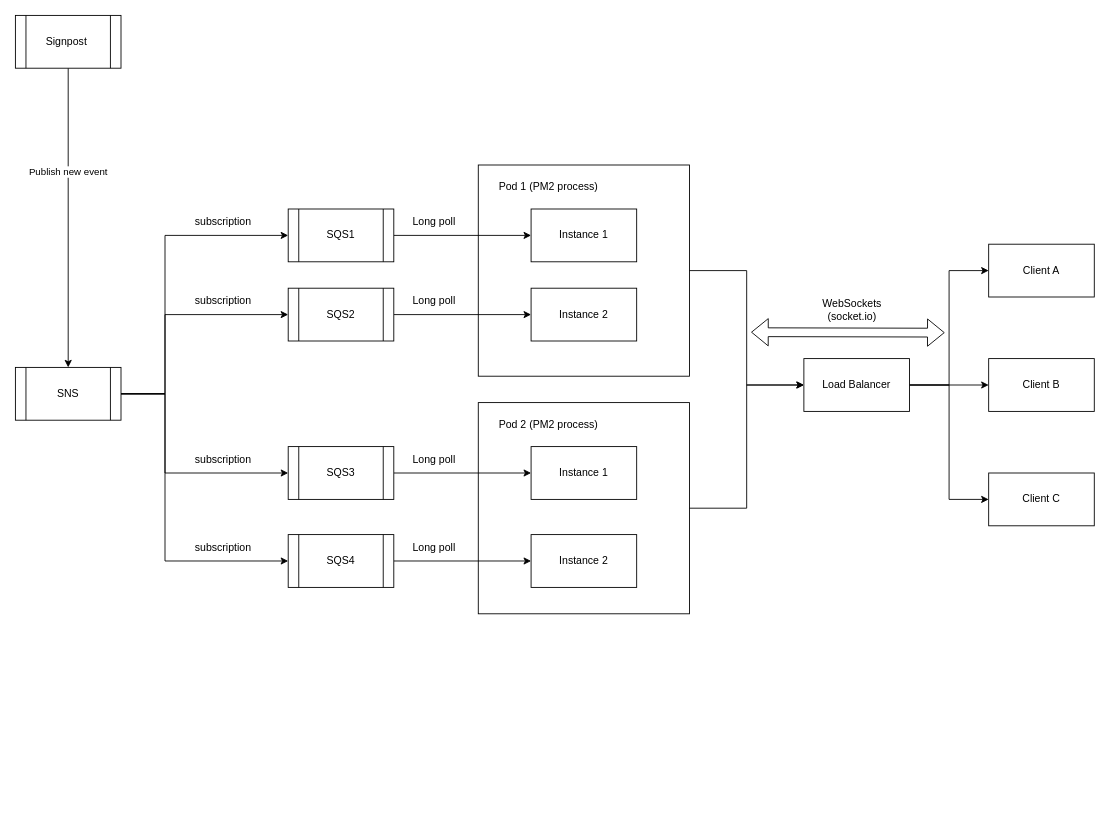
Earlier version of the draw.io diagram page "AWS SQS" (1 of 5) of hppd-Inbox.drawio (half-6/workflow). Source tidied: cells renumbered, new cells numbered last; positions are measured from the earlier drawing's top-left corner, leaving out a move shared by most shapes. Both pictures are drawn from the tidied source at 88%, with x=0, y=0 at pixel (15, 15).
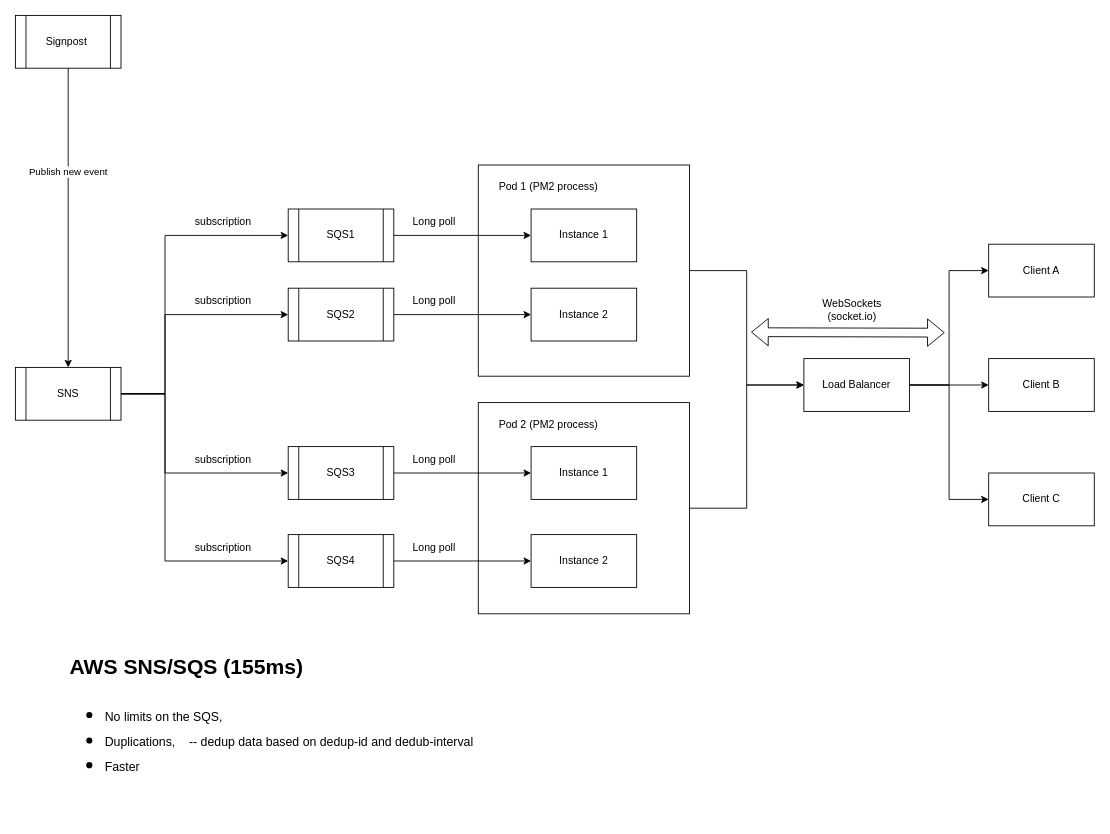
Above is the later version.

Change to the diagram source:
```diff
@@
+    <mxCell id="47" value="&lt;h1 style=&quot;margin-top: 0px;&quot;&gt;&lt;span style=&quot;background-color: initial;&quot;&gt;AWS SNS/SQS (155ms)&lt;/span&gt;&lt;/h1&gt;&lt;h1 style=&quot;margin-top: 0px;&quot;&gt;&lt;ul&gt;&lt;li&gt;&lt;span style=&quot;font-weight: 400; background-color: initial;&quot;&gt;&lt;font style=&quot;font-size: 14px;&quot;&gt;No limits on the SQS,&amp;nbsp;&lt;/font&gt;&lt;/span&gt;&lt;/li&gt;&lt;li&gt;&lt;span style=&quot;font-weight: 400; background-color: initial;&quot;&gt;&lt;font style=&quot;font-size: 14px;&quot;&gt;Duplications,&amp;nbsp; &amp;nbsp; -- dedup data based on dedup-id and dedub-interval&amp;nbsp;&lt;/font&gt;&lt;/span&gt;&lt;/li&gt;&lt;li&gt;&lt;span style=&quot;font-weight: 400; background-color: initial;&quot;&gt;&lt;font style=&quot;font-size: 14px;&quot;&gt;Faster&amp;nbsp;&lt;/font&gt;&lt;/span&gt;&lt;/li&gt;&lt;/ul&gt;&lt;/h1&gt;" style="text;html=1;whiteSpace=wrap;overflow=hidden;rounded=0;" parent="1" vertex="1">
+      <mxGeometry x="60" y="720" width="820" height="190" as="geometry" />
+    </mxCell>
```
